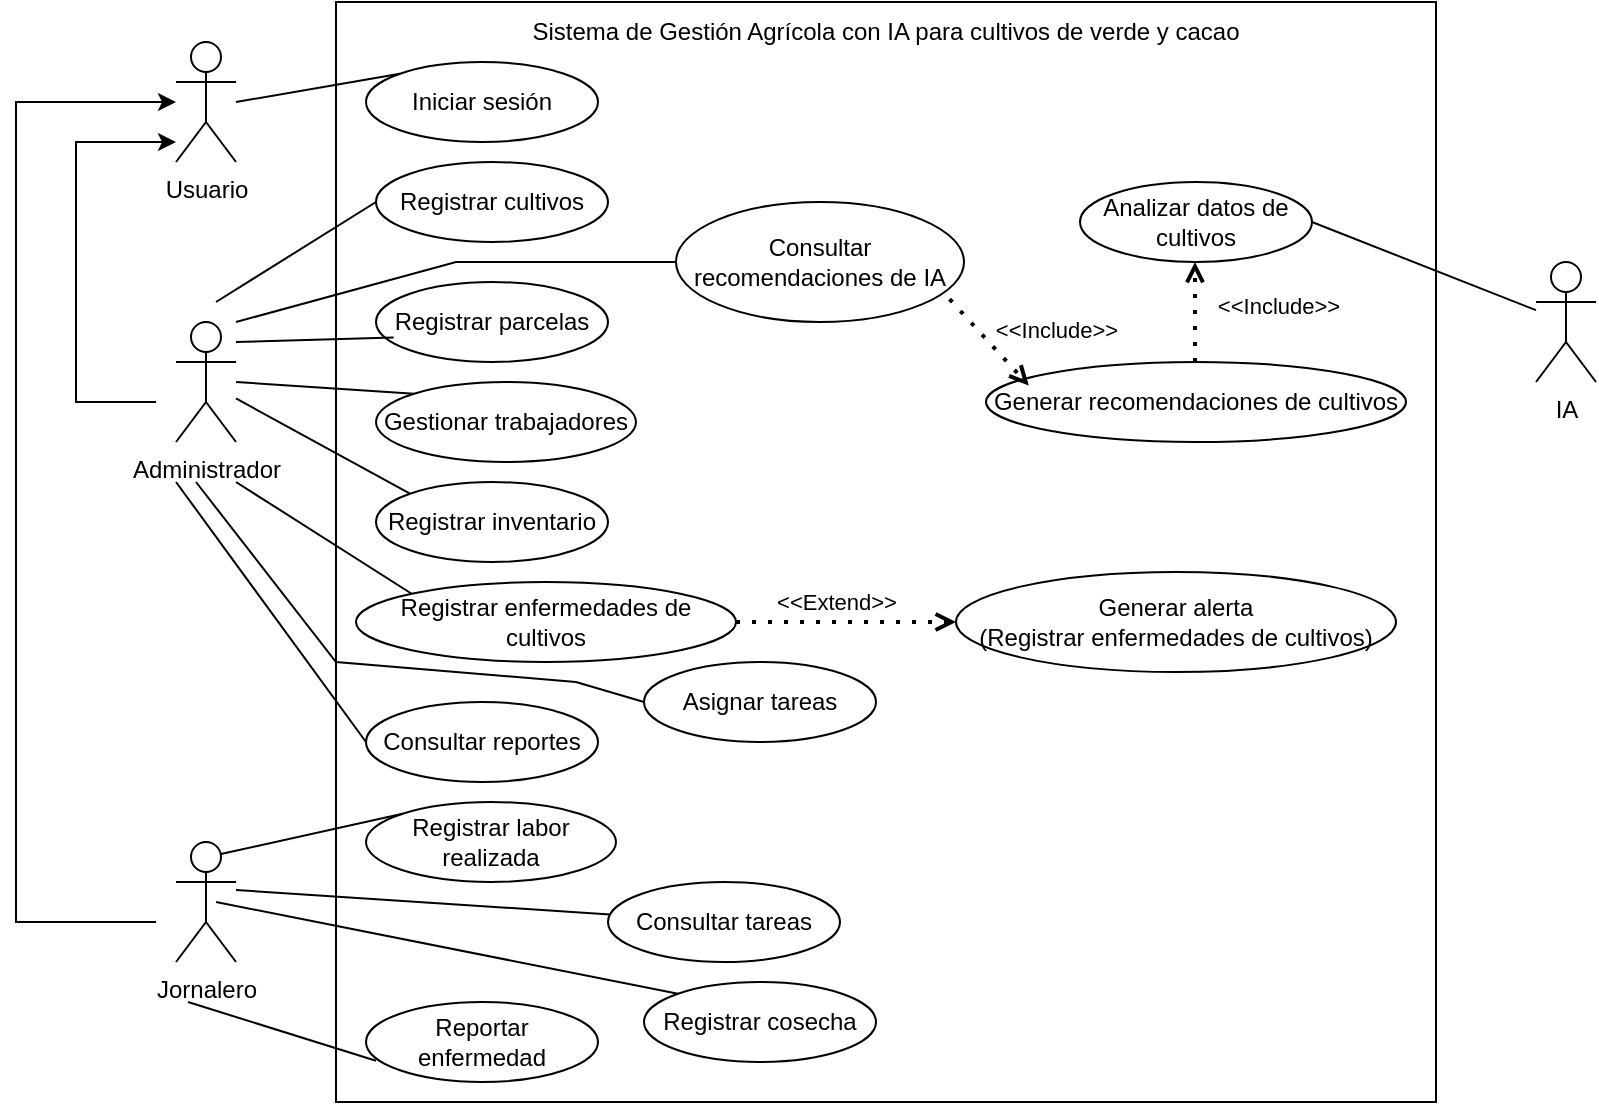
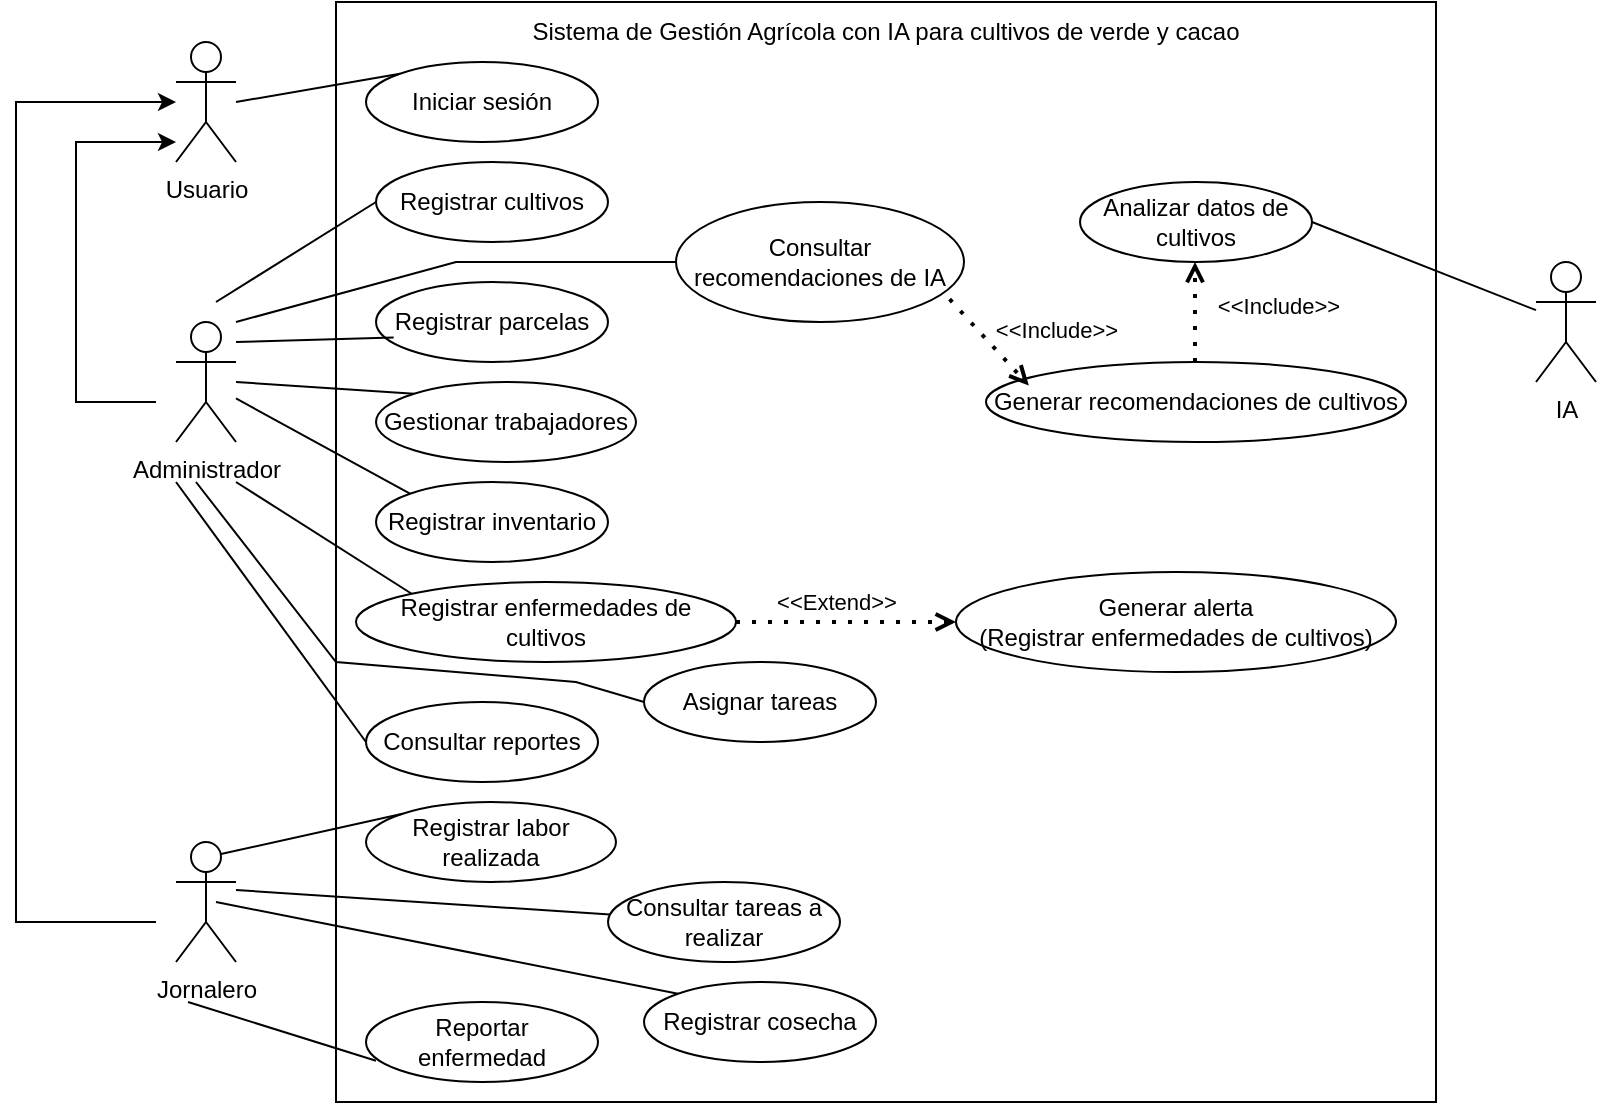
<mxfile host="app.diagrams.net">
  <diagram name="Página-1" id="xQVfmZi_7Sre7Spo6SaR">
    <mxGraphModel dx="1044" dy="611" grid="1" gridSize="10" guides="1" tooltips="1" connect="1" arrows="1" fold="1" page="1" pageScale="1" pageWidth="827" pageHeight="1169" math="0" shadow="0">
      <root>
        <mxCell id="0" />
        <mxCell id="1" parent="0" />
        <mxCell id="JD1dsvU62gR8ug19cACk-2" parent="1" style="whiteSpace=wrap;html=1;aspect=fixed;" value="" vertex="1">
          <mxGeometry height="550" width="550" x="210" y="20" as="geometry" />
        </mxCell>
        <mxCell id="JD1dsvU62gR8ug19cACk-3" parent="1" style="ellipse;whiteSpace=wrap;html=1;" value="Iniciar sesión" vertex="1">
          <mxGeometry height="40" width="116" x="225" y="50" as="geometry" />
        </mxCell>
        <mxCell id="JD1dsvU62gR8ug19cACk-5" parent="1" style="ellipse;whiteSpace=wrap;html=1;" value="Gestionar trabajadores" vertex="1">
          <mxGeometry height="40" width="130" x="230" y="210" as="geometry" />
        </mxCell>
        <mxCell id="JD1dsvU62gR8ug19cACk-6" parent="1" style="ellipse;whiteSpace=wrap;html=1;" value="Registrar inventario" vertex="1">
          <mxGeometry height="40" width="116" x="230" y="260" as="geometry" />
        </mxCell>
        <mxCell id="JD1dsvU62gR8ug19cACk-7" parent="1" style="ellipse;whiteSpace=wrap;html=1;" value="Registrar cultivos" vertex="1">
          <mxGeometry height="40" width="116" x="230" y="100" as="geometry" />
        </mxCell>
        <mxCell id="JD1dsvU62gR8ug19cACk-8" parent="1" style="ellipse;whiteSpace=wrap;html=1;" value="Registrar parcelas" vertex="1">
          <mxGeometry height="40" width="116" x="230" y="160" as="geometry" />
        </mxCell>
        <mxCell id="JD1dsvU62gR8ug19cACk-9" parent="1" style="ellipse;whiteSpace=wrap;html=1;" value="Consultar reportes" vertex="1">
          <mxGeometry height="40" width="116" x="225" y="370" as="geometry" />
        </mxCell>
        <mxCell id="JD1dsvU62gR8ug19cACk-10" parent="1" style="ellipse;whiteSpace=wrap;html=1;" value="Registrar enfermedades de cultivos" vertex="1">
          <mxGeometry height="40" width="190" x="220" y="310" as="geometry" />
        </mxCell>
        <mxCell id="JD1dsvU62gR8ug19cACk-11" parent="1" style="ellipse;whiteSpace=wrap;html=1;" value="Generar alerta&lt;div&gt;(Registrar enfermedades de cultivos)&lt;/div&gt;" vertex="1">
          <mxGeometry height="50" width="220" x="520" y="305" as="geometry" />
        </mxCell>
        <mxCell id="JD1dsvU62gR8ug19cACk-12" parent="1" style="ellipse;whiteSpace=wrap;html=1;" value="Reportar enfermedad" vertex="1">
          <mxGeometry height="40" width="116" x="225" y="520" as="geometry" />
        </mxCell>
        <mxCell id="JD1dsvU62gR8ug19cACk-13" parent="1" style="shape=umlActor;verticalLabelPosition=bottom;verticalAlign=top;html=1;outlineConnect=0;" value="Administrador" vertex="1">
          <mxGeometry height="60" width="30" x="130" y="180" as="geometry" />
        </mxCell>
        <mxCell id="JD1dsvU62gR8ug19cACk-14" parent="1" style="shape=umlActor;verticalLabelPosition=bottom;verticalAlign=top;html=1;outlineConnect=0;" value="Usuario" vertex="1">
          <mxGeometry height="60" width="30" x="130" y="40" as="geometry" />
        </mxCell>
        <mxCell id="JD1dsvU62gR8ug19cACk-15" parent="1" style="shape=umlActor;verticalLabelPosition=bottom;verticalAlign=top;html=1;outlineConnect=0;" value="Jornalero" vertex="1">
          <mxGeometry height="60" width="30" x="130" y="440" as="geometry" />
        </mxCell>
        <mxCell id="JD1dsvU62gR8ug19cACk-16" edge="1" parent="1" style="endArrow=classic;html=1;rounded=0;" target="JD1dsvU62gR8ug19cACk-14" value="">
          <mxGeometry height="50" relative="1" width="50" as="geometry">
            <Array as="points">
              <mxPoint x="50" y="480" />
              <mxPoint x="50" y="340" />
              <mxPoint x="50" y="70" />
            </Array>
            <mxPoint x="120" y="480" as="sourcePoint" />
            <mxPoint x="170" y="290" as="targetPoint" />
          </mxGeometry>
        </mxCell>
        <mxCell id="JD1dsvU62gR8ug19cACk-17" edge="1" parent="1" style="endArrow=classic;html=1;rounded=0;" value="">
          <mxGeometry height="50" relative="1" width="50" as="geometry">
            <Array as="points">
              <mxPoint x="80" y="220" />
              <mxPoint x="80" y="90" />
            </Array>
            <mxPoint x="120" y="220" as="sourcePoint" />
            <mxPoint x="130" y="90" as="targetPoint" />
          </mxGeometry>
        </mxCell>
        <mxCell id="JD1dsvU62gR8ug19cACk-18" edge="1" parent="1" style="endArrow=none;html=1;rounded=0;entryX=0;entryY=0;entryDx=0;entryDy=0;" target="JD1dsvU62gR8ug19cACk-3" value="">
          <mxGeometry height="50" relative="1" width="50" as="geometry">
            <mxPoint x="160" y="70" as="sourcePoint" />
            <mxPoint x="440" y="290" as="targetPoint" />
          </mxGeometry>
        </mxCell>
        <mxCell id="JD1dsvU62gR8ug19cACk-22" edge="1" parent="1" style="endArrow=none;html=1;rounded=0;entryX=0.076;entryY=0.695;entryDx=0;entryDy=0;entryPerimeter=0;" target="JD1dsvU62gR8ug19cACk-8" value="">
          <mxGeometry height="50" relative="1" width="50" as="geometry">
            <mxPoint x="160" y="190" as="sourcePoint" />
            <mxPoint x="440" y="290" as="targetPoint" />
          </mxGeometry>
        </mxCell>
        <mxCell id="JD1dsvU62gR8ug19cACk-24" edge="1" parent="1" style="endArrow=none;html=1;rounded=0;entryX=0;entryY=0.5;entryDx=0;entryDy=0;" target="JD1dsvU62gR8ug19cACk-7" value="">
          <mxGeometry height="50" relative="1" width="50" as="geometry">
            <mxPoint x="150" y="170" as="sourcePoint" />
            <mxPoint x="440" y="290" as="targetPoint" />
          </mxGeometry>
        </mxCell>
        <mxCell id="JD1dsvU62gR8ug19cACk-25" edge="1" parent="1" style="endArrow=none;html=1;rounded=0;entryX=0;entryY=0;entryDx=0;entryDy=0;" target="JD1dsvU62gR8ug19cACk-5" value="">
          <mxGeometry height="50" relative="1" width="50" as="geometry">
            <mxPoint x="160" y="210" as="sourcePoint" />
            <mxPoint x="210" y="180" as="targetPoint" />
          </mxGeometry>
        </mxCell>
        <mxCell id="JD1dsvU62gR8ug19cACk-26" edge="1" parent="1" source="JD1dsvU62gR8ug19cACk-13" style="endArrow=none;html=1;rounded=0;entryX=0;entryY=0;entryDx=0;entryDy=0;" target="JD1dsvU62gR8ug19cACk-6" value="">
          <mxGeometry height="50" relative="1" width="50" as="geometry">
            <mxPoint x="190" y="320" as="sourcePoint" />
            <mxPoint x="240" y="270" as="targetPoint" />
          </mxGeometry>
        </mxCell>
        <mxCell id="JD1dsvU62gR8ug19cACk-27" edge="1" parent="1" style="endArrow=none;html=1;rounded=0;entryX=0;entryY=0;entryDx=0;entryDy=0;" target="JD1dsvU62gR8ug19cACk-10" value="">
          <mxGeometry height="50" relative="1" width="50" as="geometry">
            <mxPoint x="160" y="260" as="sourcePoint" />
            <mxPoint x="440" y="290" as="targetPoint" />
          </mxGeometry>
        </mxCell>
        <mxCell id="JD1dsvU62gR8ug19cACk-28" edge="1" parent="1" style="endArrow=none;html=1;rounded=0;entryX=0;entryY=0.5;entryDx=0;entryDy=0;" target="JD1dsvU62gR8ug19cACk-9" value="">
          <mxGeometry height="50" relative="1" width="50" as="geometry">
            <mxPoint x="130" y="260" as="sourcePoint" />
            <mxPoint x="440" y="290" as="targetPoint" />
          </mxGeometry>
        </mxCell>
        <mxCell id="JD1dsvU62gR8ug19cACk-30" parent="1" style="ellipse;whiteSpace=wrap;html=1;" value="Registrar cosecha" vertex="1">
          <mxGeometry height="40" width="116" x="364" y="510" as="geometry" />
        </mxCell>
        <mxCell id="JD1dsvU62gR8ug19cACk-31" parent="1" style="ellipse;whiteSpace=wrap;html=1;" value="Analizar datos de cultivos" vertex="1">
          <mxGeometry height="40" width="116" x="582" y="110" as="geometry" />
        </mxCell>
-         <mxCell id="JD1dsvU62gR8ug19cACk-32" parent="1" style="ellipse;whiteSpace=wrap;html=1;" value="Consultar tareas" vertex="1">
+         <mxCell id="JD1dsvU62gR8ug19cACk-32" parent="1" style="ellipse;whiteSpace=wrap;html=1;" value="Consultar tareas a realizar" vertex="1">
          <mxGeometry height="40" width="116" x="346" y="460" as="geometry" />
        </mxCell>
        <mxCell id="JD1dsvU62gR8ug19cACk-33" parent="1" style="ellipse;whiteSpace=wrap;html=1;" value="Consultar recomendaciones de IA" vertex="1">
          <mxGeometry height="60" width="144" x="380" y="120" as="geometry" />
        </mxCell>
        <mxCell id="JD1dsvU62gR8ug19cACk-34" parent="1" style="ellipse;whiteSpace=wrap;html=1;" value="Generar recomendaciones de cultivos" vertex="1">
          <mxGeometry height="40" width="210" x="535" y="200" as="geometry" />
        </mxCell>
        <mxCell id="JD1dsvU62gR8ug19cACk-35" parent="1" style="ellipse;whiteSpace=wrap;html=1;" value="Asignar tareas" vertex="1">
          <mxGeometry height="40" width="116" x="364" y="350" as="geometry" />
        </mxCell>
        <mxCell id="JD1dsvU62gR8ug19cACk-36" edge="1" parent="1" style="endArrow=none;html=1;rounded=0;entryX=0;entryY=0.5;entryDx=0;entryDy=0;" target="JD1dsvU62gR8ug19cACk-35" value="">
          <mxGeometry height="50" relative="1" width="50" as="geometry">
            <Array as="points">
              <mxPoint x="210" y="350" />
              <mxPoint x="330" y="360" />
            </Array>
            <mxPoint x="140" y="260" as="sourcePoint" />
            <mxPoint x="440" y="290" as="targetPoint" />
          </mxGeometry>
        </mxCell>
        <mxCell id="JD1dsvU62gR8ug19cACk-37" parent="1" style="shape=umlActor;verticalLabelPosition=bottom;verticalAlign=top;html=1;outlineConnect=0;" value="IA" vertex="1">
          <mxGeometry height="60" width="30" x="810" y="150" as="geometry" />
        </mxCell>
        <mxCell id="JD1dsvU62gR8ug19cACk-38" parent="1" style="text;html=1;whiteSpace=wrap;strokeColor=none;fillColor=none;align=center;verticalAlign=middle;rounded=0;" value="Sistema de Gestión Agrícola con IA para cultivos de verde y cacao" vertex="1">
          <mxGeometry height="30" width="520" x="225" y="20" as="geometry" />
        </mxCell>
        <mxCell id="JD1dsvU62gR8ug19cACk-39" parent="1" style="ellipse;whiteSpace=wrap;html=1;" value="Registrar labor realizada" vertex="1">
          <mxGeometry height="40" width="125" x="225" y="420" as="geometry" />
        </mxCell>
        <mxCell id="JD1dsvU62gR8ug19cACk-40" edge="1" parent="1" source="JD1dsvU62gR8ug19cACk-15" style="endArrow=none;html=1;rounded=0;exitX=0.75;exitY=0.1;exitDx=0;exitDy=0;exitPerimeter=0;entryX=0;entryY=0;entryDx=0;entryDy=0;" target="JD1dsvU62gR8ug19cACk-39" value="">
          <mxGeometry height="50" relative="1" width="50" as="geometry">
            <mxPoint x="390" y="360" as="sourcePoint" />
            <mxPoint x="440" y="310" as="targetPoint" />
          </mxGeometry>
        </mxCell>
        <mxCell id="JD1dsvU62gR8ug19cACk-41" edge="1" parent="1" style="endArrow=none;html=1;rounded=0;exitX=0.75;exitY=0.1;exitDx=0;exitDy=0;exitPerimeter=0;entryX=0.043;entryY=0.735;entryDx=0;entryDy=0;entryPerimeter=0;" target="JD1dsvU62gR8ug19cACk-12" value="">
          <mxGeometry height="50" relative="1" width="50" as="geometry">
            <mxPoint x="136" y="520" as="sourcePoint" />
            <mxPoint x="225" y="540" as="targetPoint" />
          </mxGeometry>
        </mxCell>
        <mxCell id="JD1dsvU62gR8ug19cACk-42" edge="1" parent="1" style="endArrow=none;html=1;rounded=0;exitX=0.75;exitY=0.1;exitDx=0;exitDy=0;exitPerimeter=0;entryX=0;entryY=0;entryDx=0;entryDy=0;" target="JD1dsvU62gR8ug19cACk-30" value="">
          <mxGeometry height="50" relative="1" width="50" as="geometry">
            <mxPoint x="150" y="470" as="sourcePoint" />
            <mxPoint x="239" y="490" as="targetPoint" />
          </mxGeometry>
        </mxCell>
        <mxCell id="JD1dsvU62gR8ug19cACk-43" edge="1" parent="1" style="endArrow=none;html=1;rounded=0;exitX=0.75;exitY=0.1;exitDx=0;exitDy=0;exitPerimeter=0;" target="JD1dsvU62gR8ug19cACk-32" value="">
          <mxGeometry height="50" relative="1" width="50" as="geometry">
            <mxPoint x="160" y="464" as="sourcePoint" />
            <mxPoint x="391" y="510" as="targetPoint" />
          </mxGeometry>
        </mxCell>
        <mxCell id="JD1dsvU62gR8ug19cACk-46" edge="1" parent="1" source="JD1dsvU62gR8ug19cACk-10" style="endArrow=open;dashed=1;html=1;dashPattern=1 3;strokeWidth=2;rounded=0;endFill=0;entryX=0;entryY=0.5;entryDx=0;entryDy=0;exitX=1;exitY=0.5;exitDx=0;exitDy=0;" target="JD1dsvU62gR8ug19cACk-11" value="">
          <mxGeometry height="50" relative="1" width="50" as="geometry">
            <mxPoint x="390" y="270" as="sourcePoint" />
            <mxPoint x="440" y="220" as="targetPoint" />
          </mxGeometry>
        </mxCell>
        <mxCell id="JD1dsvU62gR8ug19cACk-47" connectable="0" parent="JD1dsvU62gR8ug19cACk-46" style="edgeLabel;html=1;align=center;verticalAlign=middle;resizable=0;points=[];" value="&amp;lt;&amp;lt;Extend&amp;gt;&amp;gt;" vertex="1">
          <mxGeometry relative="1" x="-0.2723" as="geometry">
            <mxPoint x="10" y="-10" as="offset" />
          </mxGeometry>
        </mxCell>
        <mxCell id="JD1dsvU62gR8ug19cACk-49" edge="1" parent="1" source="JD1dsvU62gR8ug19cACk-37" style="endArrow=none;html=1;rounded=0;entryX=1;entryY=0.5;entryDx=0;entryDy=0;" target="JD1dsvU62gR8ug19cACk-31" value="">
          <mxGeometry height="50" relative="1" width="50" as="geometry">
            <mxPoint x="830" y="190" as="sourcePoint" />
            <mxPoint x="820" y="130" as="targetPoint" />
          </mxGeometry>
        </mxCell>
        <mxCell id="JD1dsvU62gR8ug19cACk-51" edge="1" parent="1" style="endArrow=open;dashed=1;html=1;dashPattern=1 3;strokeWidth=2;rounded=0;endFill=0;exitX=0.5;exitY=0;exitDx=0;exitDy=0;entryX=0.5;entryY=1;entryDx=0;entryDy=0;" value="">
          <mxGeometry height="50" relative="1" width="50" as="geometry">
            <mxPoint x="639.5" y="200" as="sourcePoint" />
            <mxPoint x="639.5" y="150" as="targetPoint" />
          </mxGeometry>
        </mxCell>
        <mxCell id="JD1dsvU62gR8ug19cACk-52" connectable="0" parent="JD1dsvU62gR8ug19cACk-51" style="edgeLabel;html=1;align=center;verticalAlign=middle;resizable=0;points=[];" value="&amp;lt;&amp;lt;Include&amp;gt;&amp;gt;" vertex="1">
          <mxGeometry relative="1" x="-0.2723" as="geometry">
            <mxPoint x="41" y="-10" as="offset" />
          </mxGeometry>
        </mxCell>
        <mxCell id="JD1dsvU62gR8ug19cACk-53" edge="1" parent="1" source="JD1dsvU62gR8ug19cACk-33" style="endArrow=open;dashed=1;html=1;dashPattern=1 3;strokeWidth=2;rounded=0;endFill=0;exitX=0.95;exitY=0.81;exitDx=0;exitDy=0;entryX=0.102;entryY=0.295;entryDx=0;entryDy=0;exitPerimeter=0;entryPerimeter=0;" target="JD1dsvU62gR8ug19cACk-34" value="">
          <mxGeometry height="50" relative="1" width="50" as="geometry">
            <mxPoint x="540" y="200" as="sourcePoint" />
            <mxPoint x="540" y="150" as="targetPoint" />
          </mxGeometry>
        </mxCell>
        <mxCell id="JD1dsvU62gR8ug19cACk-54" connectable="0" parent="JD1dsvU62gR8ug19cACk-53" style="edgeLabel;html=1;align=center;verticalAlign=middle;resizable=0;points=[];" value="&amp;lt;&amp;lt;Include&amp;gt;&amp;gt;" vertex="1">
          <mxGeometry relative="1" x="-0.2723" as="geometry">
            <mxPoint x="38" y="-1" as="offset" />
          </mxGeometry>
        </mxCell>
        <mxCell id="JD1dsvU62gR8ug19cACk-55" edge="1" parent="1" style="endArrow=none;html=1;rounded=0;entryX=0;entryY=0.5;entryDx=0;entryDy=0;" target="JD1dsvU62gR8ug19cACk-33" value="">
          <mxGeometry height="50" relative="1" width="50" as="geometry">
            <Array as="points">
              <mxPoint x="270" y="150" />
            </Array>
            <mxPoint x="160" y="180" as="sourcePoint" />
            <mxPoint x="396" y="170" as="targetPoint" />
          </mxGeometry>
        </mxCell>
      </root>
    </mxGraphModel>
  </diagram>
</mxfile>
